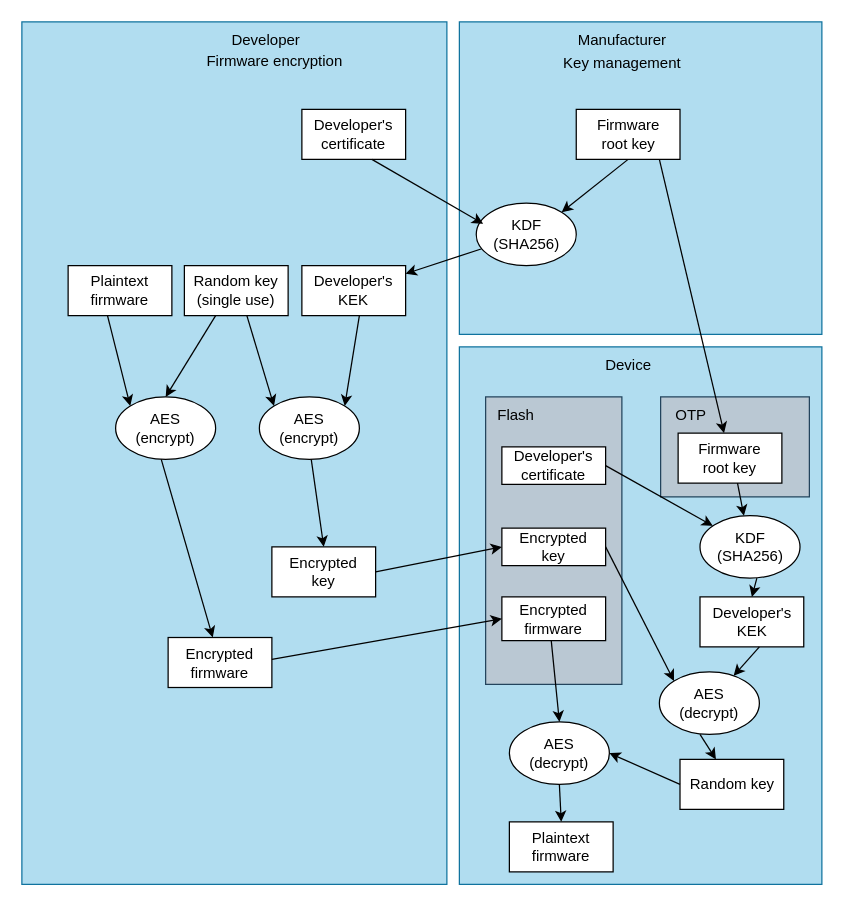
Above: page "encryption" (3 of 3) of secure_boot.drawio in thomas-coding/drawio (draw.io), before the change. Source tidied: cells renumbered, new cells numbered last; positions are measured from the earlier drawing's top-left corner, leaving out a move shared by most shapes. Both pictures are drawn from the tidied source at 125%, with x=0, y=0 at pixel (21, 21).
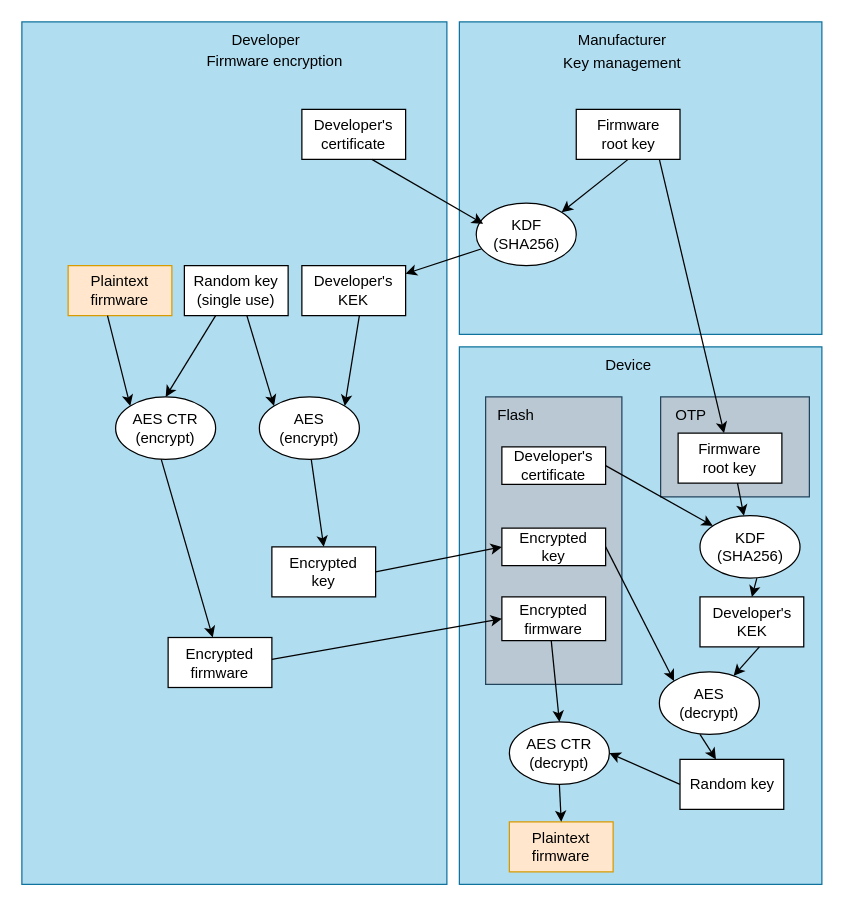
After the change.

Diff of the diagram source:
```diff
@@
-    <mxCell id="24" value="&lt;div&gt;Plaintext&lt;/div&gt;&lt;div&gt;firmware&lt;/div&gt;" style="rounded=0;whiteSpace=wrap;html=1;" parent="1" vertex="1">
+    <mxCell id="24" value="&lt;div&gt;Plaintext&lt;/div&gt;&lt;div&gt;firmware&lt;/div&gt;" style="rounded=0;whiteSpace=wrap;html=1;fillColor=#ffe6cc;strokeColor=#d79b00;" parent="1" vertex="1">
       <mxGeometry x="37" y="195" width="83" height="40" as="geometry" />
     </mxCell>
@@
-    <mxCell id="29" value="&lt;div&gt;AES&lt;/div&gt;&lt;div&gt;(encrypt)&lt;/div&gt;" style="ellipse;whiteSpace=wrap;html=1;" parent="1" vertex="1">
+    <mxCell id="29" value="&lt;div&gt;AES CTR&lt;/div&gt;&lt;div&gt;(encrypt)&lt;/div&gt;" style="ellipse;whiteSpace=wrap;html=1;" parent="1" vertex="1">
       <mxGeometry x="75" y="300" width="80" height="50" as="geometry" />
     </mxCell>
@@
-    <mxCell id="50" value="&lt;div&gt;AES&lt;/div&gt;&lt;div&gt;(decrypt)&lt;/div&gt;" style="ellipse;whiteSpace=wrap;html=1;" parent="1" vertex="1">
+    <mxCell id="50" value="&lt;div&gt;AES CTR&lt;/div&gt;&lt;div&gt;(decrypt)&lt;/div&gt;" style="ellipse;whiteSpace=wrap;html=1;" parent="1" vertex="1">
       <mxGeometry x="390" y="560" width="80" height="50" as="geometry" />
     </mxCell>
@@
-    <mxCell id="53" value="&lt;div&gt;Plaintext&lt;/div&gt;&lt;div&gt;firmware&lt;/div&gt;" style="rounded=0;whiteSpace=wrap;html=1;" parent="1" vertex="1">
+    <mxCell id="53" value="&lt;div&gt;Plaintext&lt;/div&gt;&lt;div&gt;firmware&lt;/div&gt;" style="rounded=0;whiteSpace=wrap;html=1;fillColor=#ffe6cc;strokeColor=#d79b00;" parent="1" vertex="1">
       <mxGeometry x="390" y="640" width="83" height="40" as="geometry" />
     </mxCell>
```
